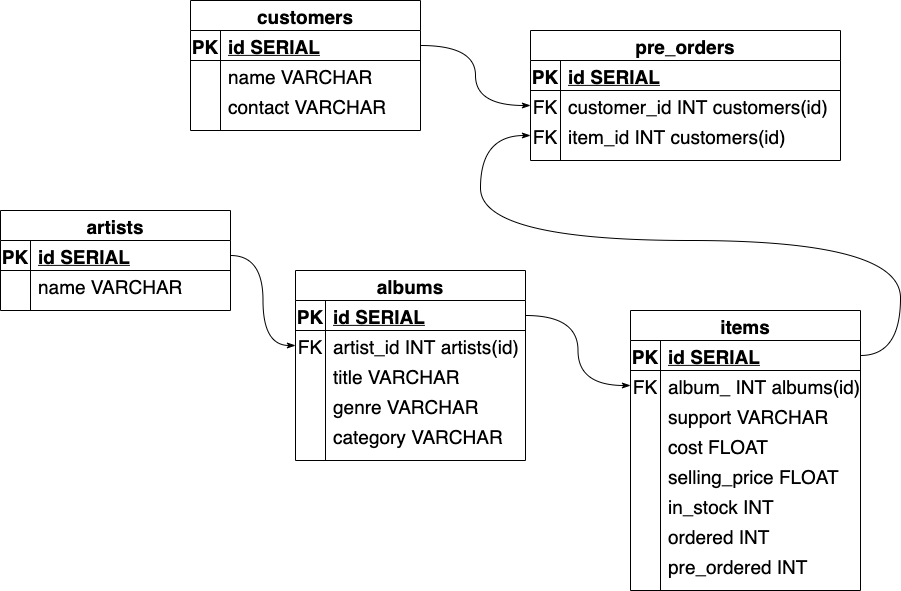
Before: diagrams/table_diagram.png, a diagram exported from draw.io (StBinando/week_05-personal_project). Source tidied: cells renumbered, new cells last; positions are measured from the earlier drawing's top-left corner, leaving out a move shared by most shapes.
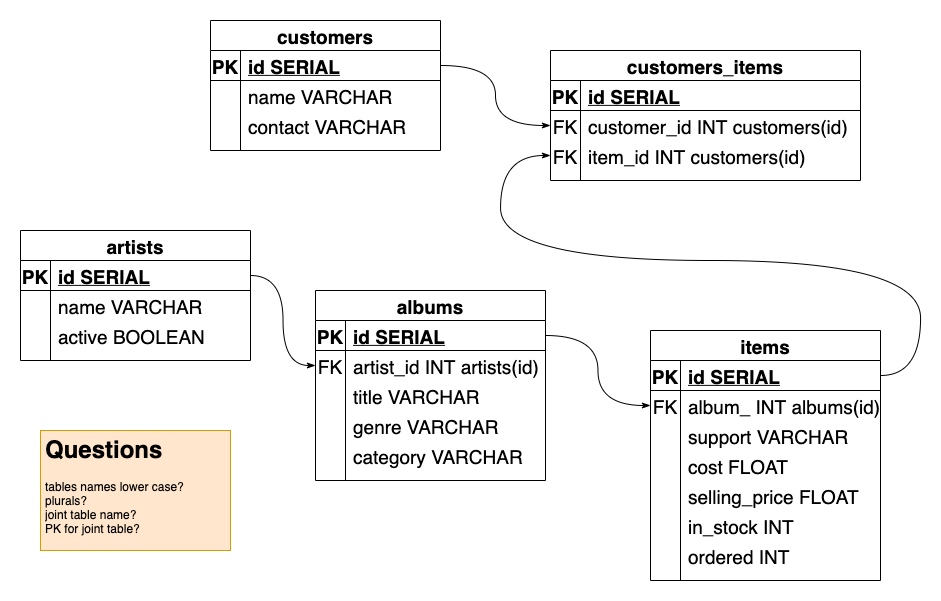
The same diagram one commit later.

Diff of the diagram source:
```diff
@@ -2,6 +2,9 @@
   <root>
     <mxCell id="0" />
     <mxCell id="1" parent="0" />
+    <mxCell id="74" style="rounded=0;whiteSpace=wrap;html=1;strokeColor=none;" parent="1" vertex="1">
+      <mxGeometry x="-20" y="-20" width="940" height="600" as="geometry" />
+    </mxCell>
     <mxCell id="2" value="customers" style="shape=table;startSize=30;rowLines=0;fontStyle=1;align=center;fontSize=19;" parent="1" vertex="1">
       <mxGeometry x="190" width="230" height="130" as="geometry" />
     </mxCell>
@@ -32,7 +35,7 @@
     <mxCell id="11" value="contact VARCHAR" style="shape=partialRectangle;fillColor=none;top=0;left=0;bottom=0;right=0;align=left;spacingLeft=6;overflow=hidden;fontSize=19;" parent="9" vertex="1">
       <mxGeometry x="30" width="200" height="30" as="geometry" />
     </mxCell>
-    <mxCell id="12" value="pre_orders" style="shape=table;startSize=30;rowLines=0;fontStyle=1;align=center;fontSize=19;" parent="1" vertex="1">
+    <mxCell id="12" value="customers_items" style="shape=table;startSize=30;rowLines=0;fontStyle=1;align=center;fontSize=19;" parent="1" vertex="1">
       <mxGeometry x="530" y="30" width="310" height="130" as="geometry" />
     </mxCell>
     <mxCell id="13" style="shape=partialRectangle;fillColor=none;top=0;left=0;bottom=1;right=0;fontSize=19;" parent="12" vertex="1">
@@ -66,7 +69,7 @@
       <mxGeometry relative="1" as="geometry" />
     </mxCell>
     <mxCell id="23" value="artists" style="shape=table;startSize=30;rowLines=0;fontStyle=1;align=center;fontSize=19;" parent="1" vertex="1">
-      <mxGeometry y="210" width="230" height="100" as="geometry" />
+      <mxGeometry y="210" width="230" height="130" as="geometry" />
     </mxCell>
     <mxCell id="24" style="shape=partialRectangle;fillColor=none;top=0;left=0;bottom=1;right=0;points=[[0,0.5],[1,0.5]];portConstraint=eastwest;fontSize=19;" parent="23" vertex="1">
       <mxGeometry y="30" width="230" height="30" as="geometry" />
@@ -86,6 +89,15 @@
     <mxCell id="29" value="name VARCHAR" style="shape=partialRectangle;fillColor=none;top=0;left=0;bottom=0;right=0;align=left;spacingLeft=6;overflow=hidden;fontSize=19;" parent="27" vertex="1">
       <mxGeometry x="30" width="200" height="30" as="geometry" />
     </mxCell>
+    <mxCell id="75" style="shape=partialRectangle;fillColor=none;top=0;left=0;bottom=0;right=0;fontSize=19;" parent="23" vertex="1">
+      <mxGeometry y="90" width="230" height="30" as="geometry" />
+    </mxCell>
+    <mxCell id="69" style="shape=partialRectangle;fillColor=none;top=0;left=0;bottom=0;right=0;overflow=hidden;fontSize=19;" parent="75" vertex="1">
+      <mxGeometry width="30" height="30" as="geometry" />
+    </mxCell>
+    <mxCell id="76" value="active BOOLEAN" style="shape=partialRectangle;fillColor=none;top=0;left=0;bottom=0;right=0;align=left;spacingLeft=6;overflow=hidden;fontSize=19;" parent="75" vertex="1">
+      <mxGeometry x="30" width="200" height="30" as="geometry" />
+    </mxCell>
     <mxCell id="30" value="albums" style="shape=table;startSize=30;rowLines=0;fontStyle=1;align=center;fontSize=19;" parent="1" vertex="1">
       <mxGeometry x="295" y="270" width="230" height="190" as="geometry" />
     </mxCell>
@@ -135,7 +147,7 @@
       <mxGeometry x="30" width="200" height="30" as="geometry" />
     </mxCell>
     <mxCell id="46" value="items" style="shape=table;startSize=30;rowLines=0;fontStyle=1;align=center;fontSize=19;" parent="1" vertex="1">
-      <mxGeometry x="630" y="310" width="230" height="280" as="geometry" />
+      <mxGeometry x="630" y="310" width="230" height="250" as="geometry" />
     </mxCell>
     <mxCell id="47" style="shape=partialRectangle;fillColor=none;top=0;left=0;bottom=1;right=0;points=[[0,0.5],[1,0.5]];portConstraint=eastwest;fontSize=19;" parent="46" vertex="1">
       <mxGeometry y="30" width="230" height="30" as="geometry" />
@@ -200,15 +212,6 @@
     <mxCell id="67" value="ordered INT" style="shape=partialRectangle;fillColor=none;top=0;left=0;bottom=0;right=0;align=left;spacingLeft=6;overflow=hidden;fontSize=19;" parent="65" vertex="1">
       <mxGeometry x="30" width="200" height="30" as="geometry" />
     </mxCell>
-    <mxCell id="68" style="shape=partialRectangle;fillColor=none;top=0;left=0;bottom=0;right=0;fontSize=19;" parent="46" vertex="1">
-      <mxGeometry y="240" width="230" height="30" as="geometry" />
-    </mxCell>
-    <mxCell id="69" style="shape=partialRectangle;fillColor=none;top=0;left=0;bottom=0;right=0;overflow=hidden;fontSize=19;" parent="68" vertex="1">
-      <mxGeometry width="30" height="30" as="geometry" />
-    </mxCell>
-    <mxCell id="70" value="pre_ordered INT" style="shape=partialRectangle;fillColor=none;top=0;left=0;bottom=0;right=0;align=left;spacingLeft=6;overflow=hidden;fontSize=19;" parent="68" vertex="1">
-      <mxGeometry x="30" width="200" height="30" as="geometry" />
-    </mxCell>
     <mxCell id="71" style="edgeStyle=orthogonalEdgeStyle;curved=1;rounded=0;jettySize=auto;html=1;exitX=1;exitY=0.5;exitDx=0;exitDy=0;entryX=0;entryY=0.5;entryDx=0;entryDy=0;fontSize=19;startArrow=none;startFill=0;endArrow=classicThin;endFill=1;" parent="1" edge="1" source="47" target="19">
       <mxGeometry relative="1" as="geometry">
         <Array as="points">
@@ -225,5 +228,8 @@
     <mxCell id="73" style="edgeStyle=orthogonalEdgeStyle;curved=1;rounded=0;jettySize=auto;html=1;exitX=1;exitY=0.5;exitDx=0;exitDy=0;entryX=0;entryY=0.5;entryDx=0;entryDy=0;fontSize=19;startArrow=none;startFill=0;endArrow=classicThin;endFill=1;" parent="1" edge="1" source="24" target="34">
       <mxGeometry relative="1" as="geometry" />
     </mxCell>
+    <mxCell id="77" value="&lt;h1&gt;Questions&lt;/h1&gt;&lt;p&gt;tables names lower case?&lt;br&gt;plurals?&lt;br&gt;&lt;span&gt;joint table name?&lt;br&gt;&lt;/span&gt;&lt;span&gt;PK for joint table?&lt;/span&gt;&lt;/p&gt;" style="text;html=1;strokeColor=#d79b00;fillColor=#ffe6cc;spacing=5;spacingTop=-20;whiteSpace=wrap;overflow=hidden;rounded=0;" parent="1" vertex="1">
+      <mxGeometry x="20" y="410" width="190" height="120" as="geometry" />
+    </mxCell>
   </root>
 </mxGraphModel>
```
